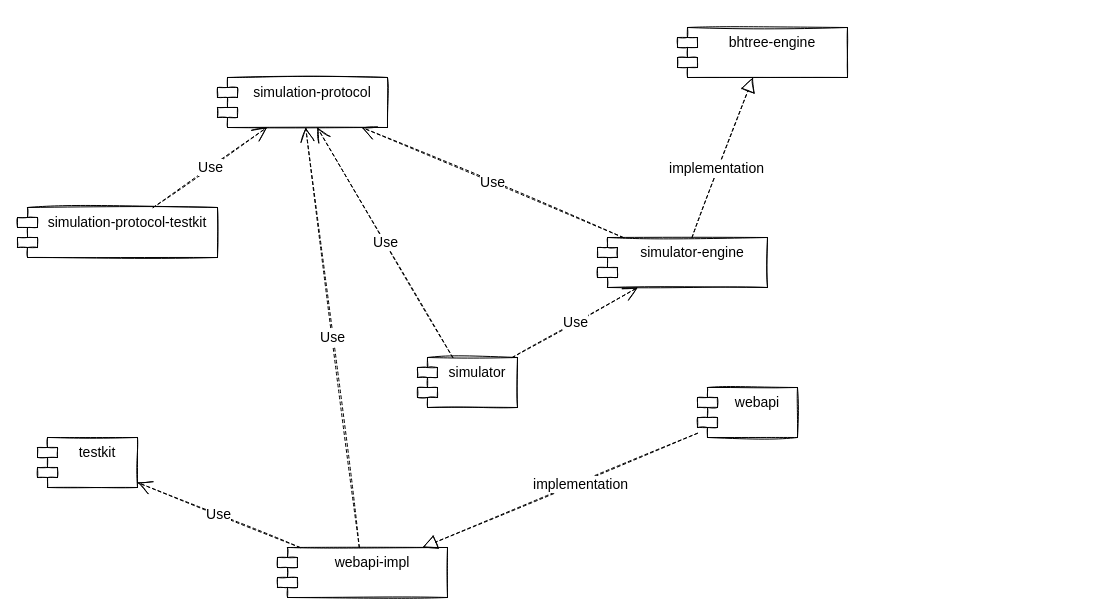
The draw.io diagram page "modules" (5 of 5) of stars-simulator.drawio in estrondo/diagrams.net, before the edit. Source tidied: cells renumbered, new cells numbered last; positions are measured from the earlier drawing's top-left corner, leaving out a move shared by most shapes. Both pictures are drawn from the tidied source at 100%, with x=0, y=0 at pixel (17, 27).
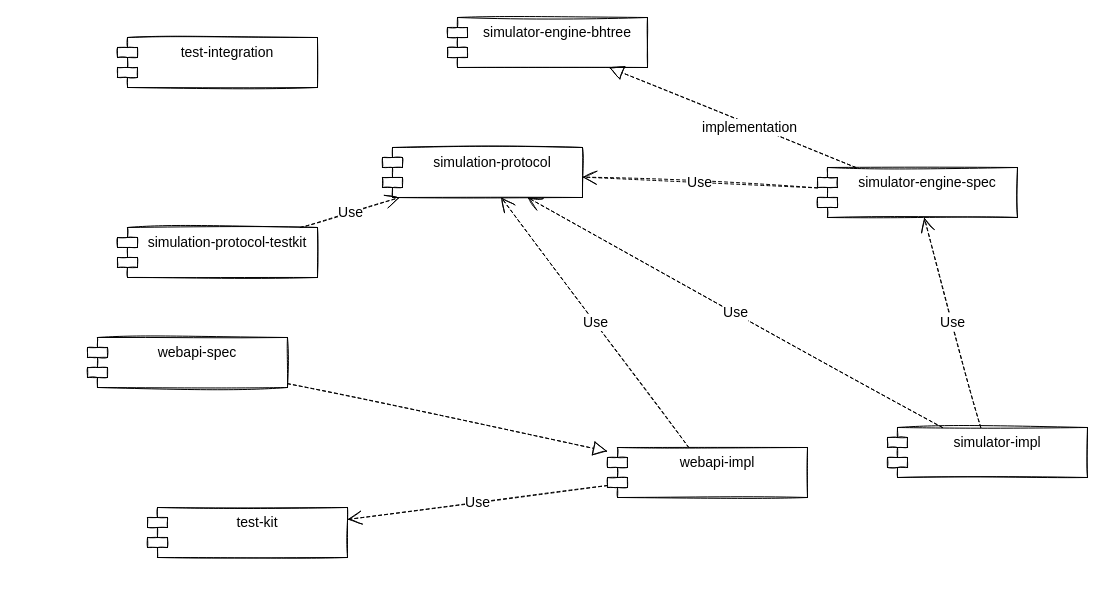
Above is the later version.

Change to the diagram source:
```diff
@@
 <mxGraphModel>
   <root>
     <mxCell id="0" />
     <mxCell id="1" parent="0" />
-    <mxCell id="2" value="simulator" style="shape=module;align=left;spacingLeft=20;align=center;verticalAlign=top;sketch=1;fontSize=14;" parent="1" vertex="1">
-      <mxGeometry x="400" y="330" width="100" height="50" as="geometry" />
+    <mxCell id="2" value="simulator-impl" style="shape=module;align=left;spacingLeft=20;align=center;verticalAlign=top;sketch=1;fontSize=14;" parent="1" vertex="1">
+      <mxGeometry x="870" y="400" width="200" height="50" as="geometry" />
     </mxCell>
-    <mxCell id="3" value="simulator-engine" style="shape=module;align=left;spacingLeft=20;align=center;verticalAlign=top;sketch=1;fontSize=14;" parent="1" vertex="1">
-      <mxGeometry x="580" y="210" width="170" height="50" as="geometry" />
+    <mxCell id="3" value="simulator-engine-spec" style="shape=module;align=left;spacingLeft=20;align=center;verticalAlign=top;sketch=1;fontSize=14;" parent="1" vertex="1">
+      <mxGeometry x="800" y="140" width="200" height="50" as="geometry" />
     </mxCell>
-    <mxCell id="4" value="bhtree-engine" style="shape=module;align=left;spacingLeft=20;align=center;verticalAlign=top;sketch=1;fontSize=14;" parent="1" vertex="1">
-      <mxGeometry x="660" width="170" height="50" as="geometry" />
+    <mxCell id="4" value="simulator-engine-bhtree" style="shape=module;align=left;spacingLeft=20;align=center;verticalAlign=top;sketch=1;fontSize=14;" parent="1" vertex="1">
+      <mxGeometry x="430" y="-10" width="200" height="50" as="geometry" />
     </mxCell>
     <mxCell id="5" style="endArrow=block;dashed=1;endFill=0;endSize=12;rounded=0;sketch=1;fontSize=14;fontColor=#000000;labelBorderColor=none;html=1;" parent="1" edge="1" source="3" target="4">
       <mxGeometry relative="1" as="geometry" />
     </mxCell>
     <mxCell id="6" value="implementation" style="edgeLabel;html=1;align=center;verticalAlign=middle;fontSize=14;fontColor=#000000;fontFamily=Helvetica;" parent="5" vertex="1">
       <mxGeometry x="-0.14" y="2" relative="1" as="geometry" />
     </mxCell>
     <mxCell id="7" value="simulation-protocol" style="shape=module;align=left;spacingLeft=20;align=center;verticalAlign=top;sketch=1;fontSize=14;" parent="1" vertex="1">
-      <mxGeometry x="200" y="50" width="170" height="50" as="geometry" />
+      <mxGeometry x="365" y="120" width="200" height="50" as="geometry" />
     </mxCell>
-    <mxCell id="8" value="testkit" style="shape=module;align=left;spacingLeft=20;align=center;verticalAlign=top;sketch=1;fontSize=14;" parent="1" vertex="1">
-      <mxGeometry x="20" y="410" width="100" height="50" as="geometry" />
+    <mxCell id="8" value="test-kit" style="shape=module;align=left;spacingLeft=20;align=center;verticalAlign=top;sketch=1;fontSize=14;" parent="1" vertex="1">
+      <mxGeometry x="130" y="480" width="200" height="50" as="geometry" />
     </mxCell>
-    <mxCell id="9" value="webapi" style="shape=module;align=left;spacingLeft=20;align=center;verticalAlign=top;sketch=1;fontSize=14;" parent="1" vertex="1">
-      <mxGeometry x="680" y="360" width="100" height="50" as="geometry" />
+    <mxCell id="9" value="webapi-spec" style="shape=module;align=left;spacingLeft=20;align=center;verticalAlign=top;sketch=1;fontSize=14;" parent="1" vertex="1">
+      <mxGeometry x="70" y="310" width="200" height="50" as="geometry" />
     </mxCell>
     <mxCell id="10" value="webapi-impl" style="shape=module;align=left;spacingLeft=20;align=center;verticalAlign=top;sketch=1;fontSize=14;" parent="1" vertex="1">
-      <mxGeometry x="260" y="520" width="170" height="50" as="geometry" />
+      <mxGeometry x="590" y="420" width="200" height="50" as="geometry" />
     </mxCell>
     <mxCell id="11" value="Use" style="endArrow=open;endSize=12;dashed=1;html=1;rounded=0;labelBorderColor=none;sketch=1;fontFamily=Helvetica;fontSize=14;fontColor=#000000;" parent="1" edge="1" source="2" target="7">
       <mxGeometry relative="1" as="geometry" />
     </mxCell>
     <mxCell id="12" value="Use" style="endArrow=open;endSize=12;dashed=1;html=1;rounded=0;labelBorderColor=none;sketch=1;fontFamily=Helvetica;fontSize=14;fontColor=#000000;" parent="1" edge="1" source="3" target="7">
       <mxGeometry relative="1" as="geometry" />
     </mxCell>
     <mxCell id="13" value="Use" style="endArrow=open;endSize=12;dashed=1;html=1;rounded=0;labelBorderColor=none;sketch=1;fontFamily=Helvetica;fontSize=14;fontColor=#000000;" parent="1" edge="1" source="10" target="7">
       <mxGeometry relative="1" as="geometry" />
     </mxCell>
     <mxCell id="14" style="endArrow=block;dashed=1;endFill=0;endSize=12;rounded=0;sketch=1;fontSize=14;fontColor=#000000;labelBorderColor=none;html=1;" parent="1" edge="1" source="9" target="10">
       <mxGeometry relative="1" as="geometry" />
     </mxCell>
-    <mxCell id="15" value="implementation" style="edgeLabel;html=1;align=center;verticalAlign=middle;fontSize=14;fontColor=#000000;fontFamily=Helvetica;" parent="14" vertex="1">
-      <mxGeometry x="-0.14" y="2" relative="1" as="geometry" />
-    </mxCell>
     <mxCell id="16" value="Use" style="endArrow=open;endSize=12;dashed=1;html=1;rounded=0;labelBorderColor=none;sketch=1;fontFamily=Helvetica;fontSize=14;fontColor=#000000;" parent="1" edge="1" source="2" target="3">
       <mxGeometry relative="1" as="geometry" />
     </mxCell>
     <mxCell id="17" value="Use" style="endArrow=open;endSize=12;dashed=1;html=1;rounded=0;labelBorderColor=none;sketch=1;fontFamily=Helvetica;fontSize=14;fontColor=#000000;" parent="1" edge="1" source="10" target="8">
       <mxGeometry relative="1" as="geometry" />
     </mxCell>
     <mxCell id="18" value="simulation-protocol-testkit" style="shape=module;align=left;spacingLeft=20;align=center;verticalAlign=top;sketch=1;fontSize=14;" parent="1" vertex="1">
-      <mxGeometry y="180" width="200" height="50" as="geometry" />
+      <mxGeometry x="100" y="200" width="200" height="50" as="geometry" />
     </mxCell>
     <mxCell id="19" value="Use" style="endArrow=open;endSize=12;dashed=1;html=1;rounded=0;labelBorderColor=none;sketch=1;fontFamily=Helvetica;fontSize=14;fontColor=#000000;" parent="1" edge="1" source="18" target="7">
       <mxGeometry relative="1" as="geometry" />
     </mxCell>
+    <mxCell id="20" value="test-integration" style="shape=module;align=left;spacingLeft=20;align=center;verticalAlign=top;sketch=1;fontSize=14;" parent="1" vertex="1">
+      <mxGeometry x="100" y="10" width="200" height="50" as="geometry" />
+    </mxCell>
   </root>
 </mxGraphModel>
```
